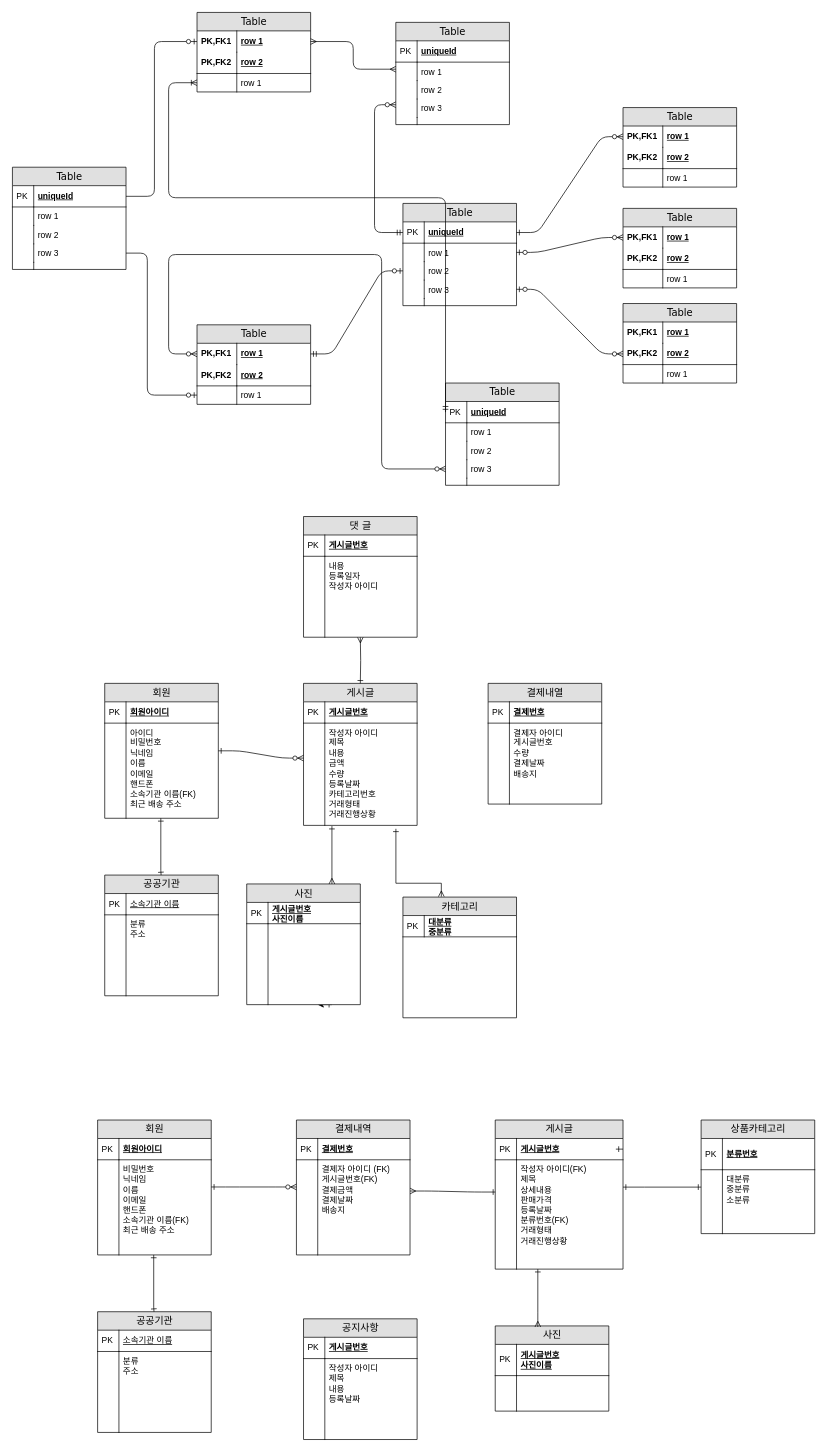
Earlier version of the draw.io diagram Untitled Diagram.drawio (RealWarm/Algorithm). Source tidied: cells renumbered, new cells numbered last; positions are measured from the earlier drawing's top-left corner, leaving out a move shared by most shapes. Both pictures are drawn from the tidied source at 71%, with x=0, y=0 at pixel (12, 12).
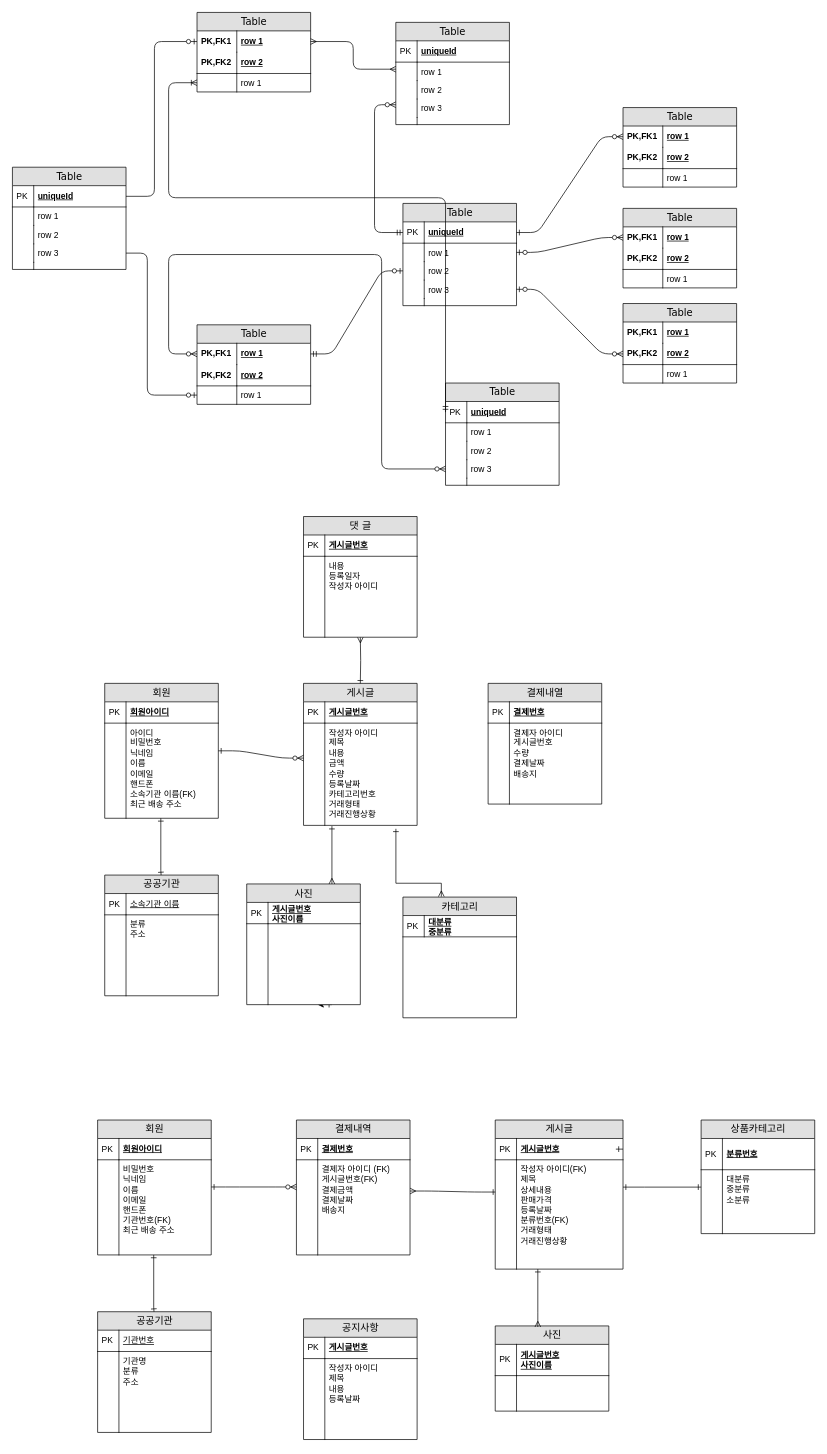
Above is the later version.

The change refers to these unchanged cells:
```xml
<mxCell id="131" value="회원" style="swimlane;html=1;fontStyle=0;horizontal=1;startSize=26;fillColor=#e0e0e0;swimlaneFillColor=#ffffff;align=center;rounded=0;shadow=0;comic=0;labelBackgroundColor=none;strokeWidth=1;fontFamily=Verdana;fontSize=14;" parent="1" vertex="1">
  <mxGeometry x="120" y="1560" width="160" height="190" as="geometry" />
</mxCell>
<mxCell id="136" value="공공기관" style="swimlane;html=1;fontStyle=0;horizontal=1;startSize=26;fillColor=#e0e0e0;swimlaneFillColor=#ffffff;align=center;rounded=0;shadow=0;comic=0;labelBackgroundColor=none;strokeWidth=1;fontFamily=Verdana;fontSize=14;" parent="1" vertex="1">
  <mxGeometry x="120" y="1830" width="160" height="170" as="geometry" />
</mxCell>
```

What changed in the source:
```diff
@@
-    <mxCell id="134" value="비밀번호&lt;br&gt;닉네임&lt;br&gt;이름&lt;br&gt;이메일&lt;br&gt;핸드폰&lt;br&gt;소속기관 이름(FK)&lt;br&gt;최근 배송 주소" style="shape=partialRectangle;top=0;left=0;right=0;bottom=0;html=1;align=left;verticalAlign=top;fillColor=none;spacingLeft=34;spacingRight=4;whiteSpace=wrap;overflow=hidden;" parent="131" vertex="1">
+    <mxCell id="134" value="비밀번호&lt;br&gt;닉네임&lt;br&gt;이름&lt;br&gt;이메일&lt;br&gt;핸드폰&lt;br&gt;기관번호(FK)&lt;br&gt;최근 배송 주소" style="shape=partialRectangle;top=0;left=0;right=0;bottom=0;html=1;align=left;verticalAlign=top;fillColor=none;spacingLeft=34;spacingRight=4;whiteSpace=wrap;overflow=hidden;" parent="131" vertex="1">
       <mxGeometry y="56" width="160" height="134" as="geometry" />
     </mxCell>
@@
-    <mxCell id="137" value="&lt;span style=&quot;font-weight: 400&quot;&gt;소속기관 이름&lt;/span&gt;" style="shape=partialRectangle;top=0;left=0;right=0;bottom=1;html=1;align=left;verticalAlign=middle;fillColor=none;spacingLeft=34;spacingRight=4;whiteSpace=wrap;overflow=hidden;fontStyle=5;" parent="136" vertex="1">
+    <mxCell id="137" value="&lt;span style=&quot;font-weight: 400&quot;&gt;기관번호&lt;/span&gt;" style="shape=partialRectangle;top=0;left=0;right=0;bottom=1;html=1;align=left;verticalAlign=middle;fillColor=none;spacingLeft=34;spacingRight=4;whiteSpace=wrap;overflow=hidden;fontStyle=5;" parent="136" vertex="1">
       <mxGeometry y="26" width="160" height="30" as="geometry" />
     </mxCell>
@@
-    <mxCell id="139" value="분류&lt;br&gt;주소" style="shape=partialRectangle;top=0;left=0;right=0;bottom=0;html=1;align=left;verticalAlign=top;fillColor=none;spacingLeft=34;spacingRight=4;whiteSpace=wrap;overflow=hidden;" parent="136" vertex="1">
+    <mxCell id="139" value="기관명&lt;br&gt;분류&lt;br&gt;주소" style="shape=partialRectangle;top=0;left=0;right=0;bottom=0;html=1;align=left;verticalAlign=top;fillColor=none;spacingLeft=34;spacingRight=4;whiteSpace=wrap;overflow=hidden;" parent="136" vertex="1">
       <mxGeometry y="56" width="160" height="114" as="geometry" />
     </mxCell>
```
